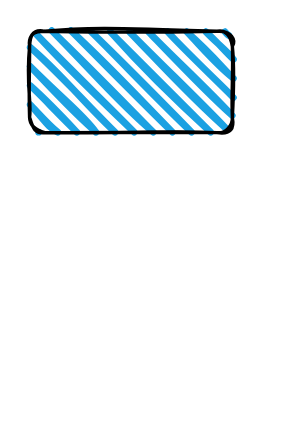
This is Untitled Diagram.drawio from gitbilihub/hexo, a draw.io file, before an edit. Source tidied: cells renumbered, new cells numbered last; positions are measured from the earlier drawing's top-left corner, leaving out a move shared by most shapes. Both pictures are drawn from the tidied source at 169%, with x=0, y=0 at pixel (29, 30).
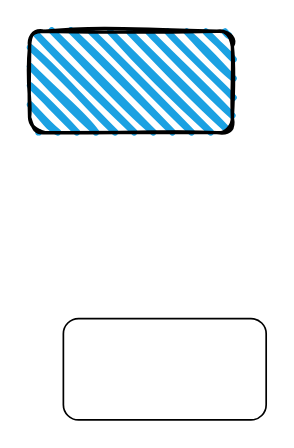
The same diagram, later.

Diff of the diagram source:
```diff
@@
 <mxGraphModel>
   <root>
     <mxCell id="0" />
     <mxCell id="1" parent="0" />
     <mxCell id="2" style="rounded=1;whiteSpace=wrap;html=1;strokeWidth=2;fillWeight=4;hachureGap=8;hachureAngle=45;fillColor=#1ba1e2;sketch=1;" parent="1" vertex="1">
       <mxGeometry width="120" height="60" as="geometry" />
     </mxCell>
+    <mxCell id="3" style="rounded=1;whiteSpace=wrap;html=1;" parent="1" vertex="1">
+      <mxGeometry x="20" y="170" width="120" height="60" as="geometry" />
+    </mxCell>
   </root>
 </mxGraphModel>
```
